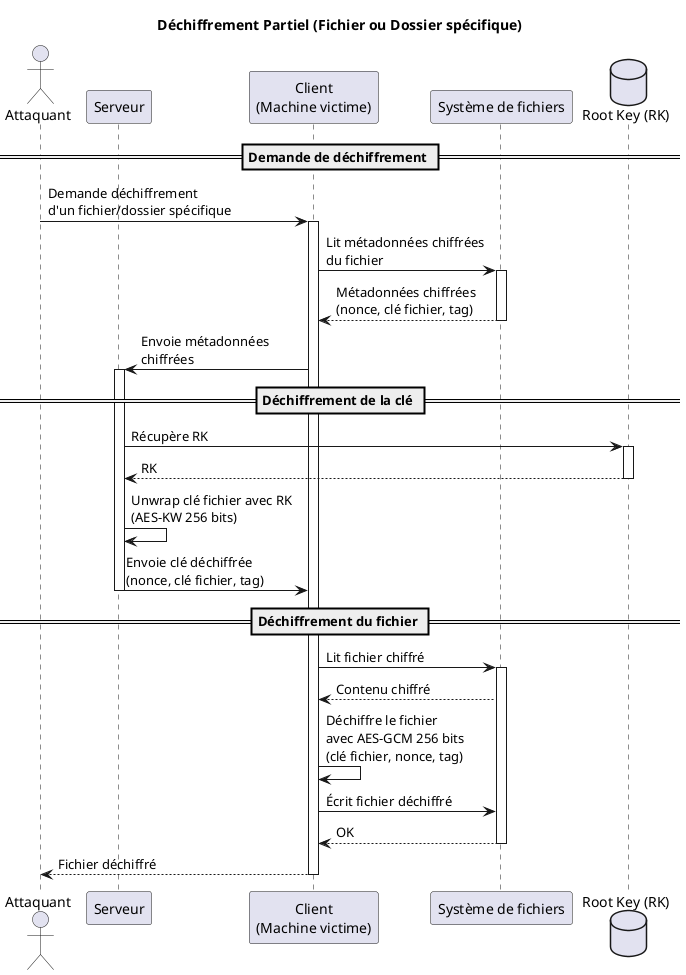
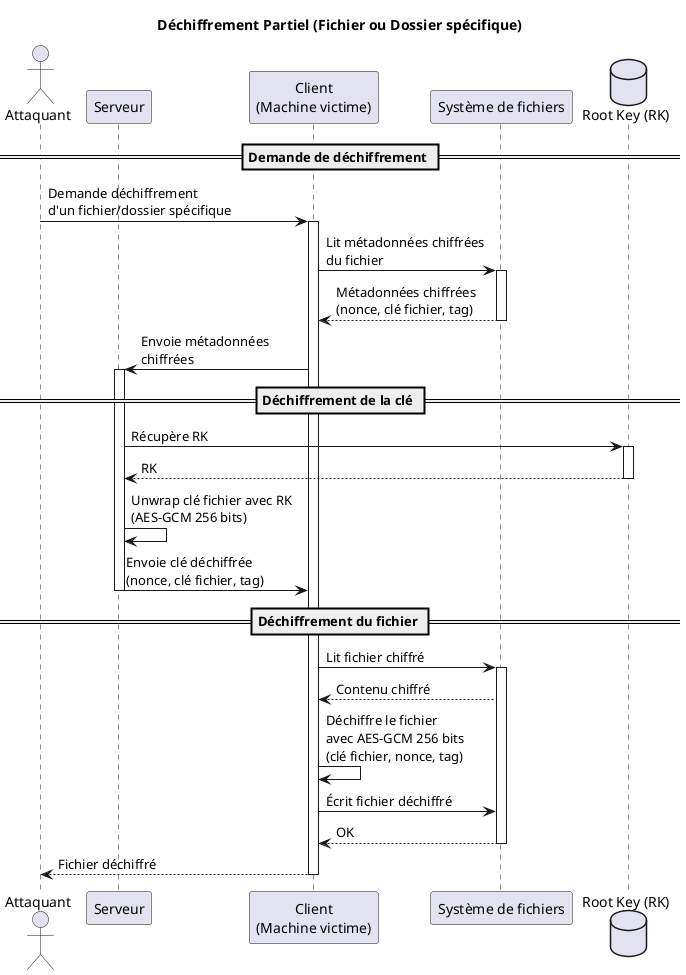
@startuml Ransomware Architecture - Déchiffrement Partiel

title Déchiffrement Partiel (Fichier ou Dossier spécifique)

actor Attaquant as attacker
participant "Serveur" as server
participant "Client\n(Machine victime)" as client
participant "Système de fichiers" as fs
database "Root Key (RK)" as rk

== Demande de déchiffrement ==
attacker -> client: Demande déchiffrement\nd'un fichier/dossier spécifique
activate client

client -> fs: Lit métadonnées chiffrées\ndu fichier
activate fs
fs --> client: Métadonnées chiffrées\n(nonce, clé fichier, tag)
deactivate fs

client -> server: Envoie métadonnées\nchiffrées
activate server

== Déchiffrement de la clé ==
server -> rk: Récupère RK
activate rk
rk --> server: RK
deactivate rk

- server -> server: Unwrap clé fichier avec RK\n(AES-KW 256 bits)
+ server -> server: Unwrap clé fichier avec RK\n(AES-GCM 256 bits)

server -> client: Envoie clé déchiffrée\n(nonce, clé fichier, tag)
deactivate server

== Déchiffrement du fichier ==
client -> fs: Lit fichier chiffré
activate fs
fs --> client: Contenu chiffré

client -> client: Déchiffre le fichier\navec AES-GCM 256 bits\n(clé fichier, nonce, tag)

client -> fs: Écrit fichier déchiffré
fs --> client: OK
deactivate fs

client --> attacker: Fichier déchiffré
deactivate client

@enduml
